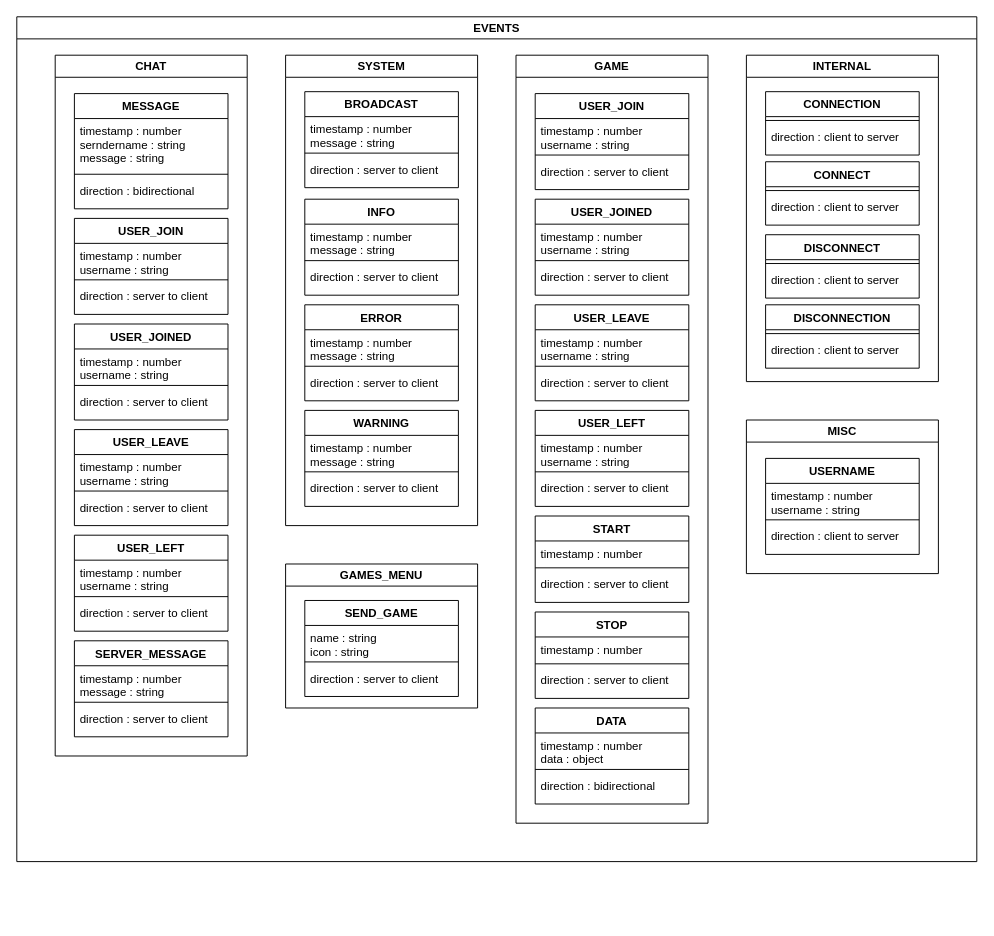
The draw.io diagram useful_docs/events.drawio in T0ine34/ortelo, before the edit. Source tidied: cells renumbered, new cells numbered last; positions are measured from the earlier drawing's top-left corner, leaving out a move shared by most shapes. Both pictures are drawn from the tidied source at 96%, with x=0, y=0 at pixel (16, 16).
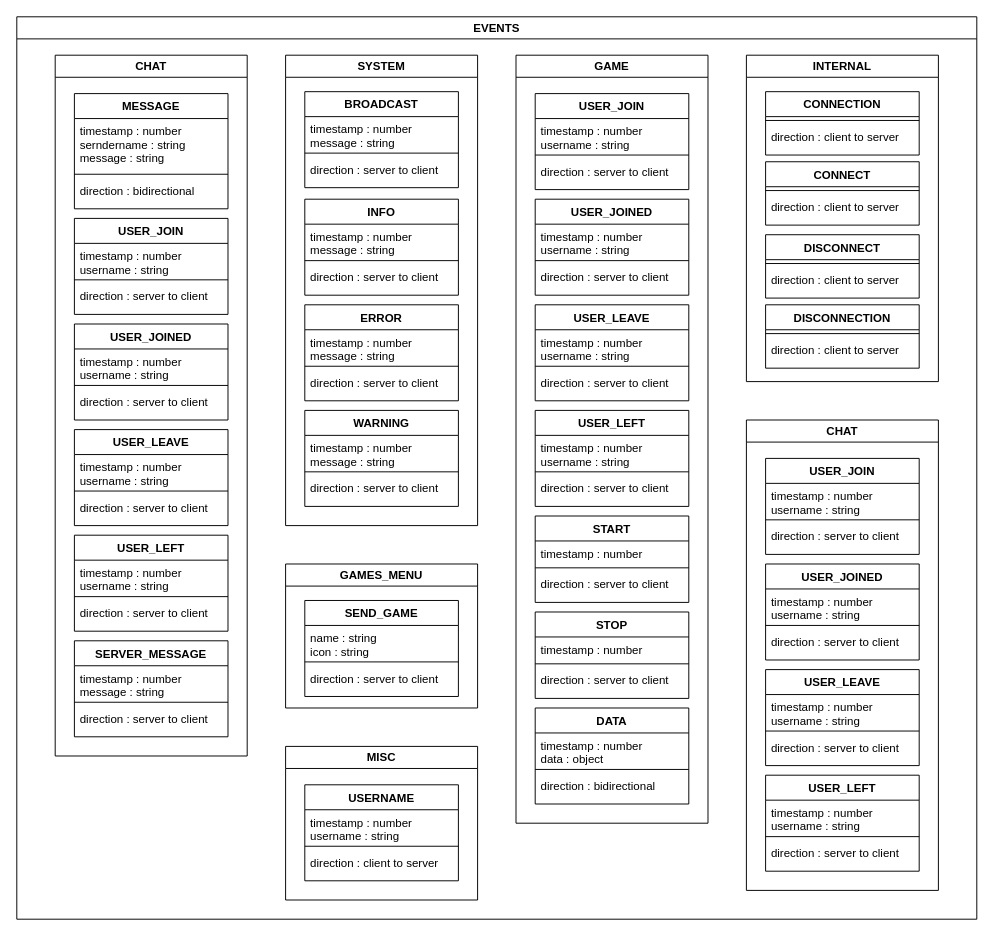
The same diagram, later.

Commit message (it also covers changes not shown here):
adding ROOM events

What changed in the source:
```diff
@@
     <mxCell id="2" value="EVENTS" style="swimlane;whiteSpace=wrap;html=1;" parent="1" vertex="1">
-      <mxGeometry width="1000" height="880" as="geometry" />
+      <mxGeometry width="1000" height="940" as="geometry" />
     </mxCell>
@@
     <mxCell id="79" value="MISC" style="swimlane;whiteSpace=wrap;html=1;align=center;" parent="2" vertex="1">
-      <mxGeometry x="760" y="420" width="200" height="160" as="geometry" />
+      <mxGeometry x="280" y="760" width="200" height="160" as="geometry" />
     </mxCell>
@@
+    <mxCell id="97" value="CHAT" style="swimlane;whiteSpace=wrap;html=1;" parent="2" vertex="1">
+      <mxGeometry x="760" y="420" width="200" height="490" as="geometry" />
+    </mxCell>
+    <mxCell id="98" value="USER_JOIN" style="swimlane;fontStyle=1;align=center;verticalAlign=top;horizontal=1;startSize=26;" parent="97" vertex="1">
+      <mxGeometry x="20" y="40" width="160" height="100" as="geometry" />
+    </mxCell>
+    <mxCell id="99" value="timestamp : number&#10;username : string" style="text;strokeColor=none;fillColor=none;align=left;verticalAlign=top;spacingLeft=4;spacingRight=4;overflow=hidden;" parent="98" vertex="1">
+      <mxGeometry y="26" width="160" height="34" as="geometry" />
+    </mxCell>
+    <mxCell id="100" style="line;strokeWidth=1;fillColor=none;align=left;verticalAlign=middle;spacingTop=-1;spacingLeft=3;spacingRight=3;labelPosition=right;strokeColor=inherit;" parent="98" vertex="1">
+      <mxGeometry y="60" width="160" height="8" as="geometry" />
+    </mxCell>
+    <mxCell id="101" value="direction : server to client&#10;" style="text;strokeColor=none;fillColor=none;align=left;verticalAlign=top;spacingLeft=4;spacingRight=4;overflow=hidden;" parent="98" vertex="1">
+      <mxGeometry y="68" width="160" height="32" as="geometry" />
+    </mxCell>
+    <mxCell id="102" value="USER_JOINED" style="swimlane;fontStyle=1;align=center;verticalAlign=top;horizontal=1;startSize=26;" parent="97" vertex="1">
+      <mxGeometry x="20" y="150" width="160" height="100" as="geometry" />
+    </mxCell>
+    <mxCell id="103" value="timestamp : number&#10;username : string" style="text;strokeColor=none;fillColor=none;align=left;verticalAlign=top;spacingLeft=4;spacingRight=4;overflow=hidden;" parent="102" vertex="1">
+      <mxGeometry y="26" width="160" height="34" as="geometry" />
+    </mxCell>
+    <mxCell id="104" style="line;strokeWidth=1;fillColor=none;align=left;verticalAlign=middle;spacingTop=-1;spacingLeft=3;spacingRight=3;labelPosition=right;strokeColor=inherit;" parent="102" vertex="1">
+      <mxGeometry y="60" width="160" height="8" as="geometry" />
+    </mxCell>
+    <mxCell id="105" value="direction : server to client&#10;" style="text;strokeColor=none;fillColor=none;align=left;verticalAlign=top;spacingLeft=4;spacingRight=4;overflow=hidden;" parent="102" vertex="1">
+      <mxGeometry y="68" width="160" height="32" as="geometry" />
+    </mxCell>
+    <mxCell id="106" value="USER_LEAVE" style="swimlane;fontStyle=1;align=center;verticalAlign=top;horizontal=1;startSize=26;" parent="97" vertex="1">
+      <mxGeometry x="20" y="260" width="160" height="100" as="geometry" />
+    </mxCell>
+    <mxCell id="107" value="timestamp : number&#10;username : string" style="text;strokeColor=none;fillColor=none;align=left;verticalAlign=top;spacingLeft=4;spacingRight=4;overflow=hidden;" parent="106" vertex="1">
+      <mxGeometry y="26" width="160" height="34" as="geometry" />
+    </mxCell>
+    <mxCell id="108" style="line;strokeWidth=1;fillColor=none;align=left;verticalAlign=middle;spacingTop=-1;spacingLeft=3;spacingRight=3;labelPosition=right;strokeColor=inherit;" parent="106" vertex="1">
+      <mxGeometry y="60" width="160" height="8" as="geometry" />
+    </mxCell>
+    <mxCell id="109" value="direction : server to client&#10;" style="text;strokeColor=none;fillColor=none;align=left;verticalAlign=top;spacingLeft=4;spacingRight=4;overflow=hidden;" parent="106" vertex="1">
+      <mxGeometry y="68" width="160" height="32" as="geometry" />
+    </mxCell>
+    <mxCell id="110" value="USER_LEFT" style="swimlane;fontStyle=1;align=center;verticalAlign=top;horizontal=1;startSize=26;" parent="97" vertex="1">
+      <mxGeometry x="20" y="370" width="160" height="100" as="geometry" />
+    </mxCell>
+    <mxCell id="111" value="timestamp : number&#10;username : string" style="text;strokeColor=none;fillColor=none;align=left;verticalAlign=top;spacingLeft=4;spacingRight=4;overflow=hidden;" parent="110" vertex="1">
+      <mxGeometry y="26" width="160" height="34" as="geometry" />
+    </mxCell>
+    <mxCell id="112" style="line;strokeWidth=1;fillColor=none;align=left;verticalAlign=middle;spacingTop=-1;spacingLeft=3;spacingRight=3;labelPosition=right;strokeColor=inherit;" parent="110" vertex="1">
+      <mxGeometry y="60" width="160" height="8" as="geometry" />
+    </mxCell>
+    <mxCell id="113" value="direction : server to client&#10;" style="text;strokeColor=none;fillColor=none;align=left;verticalAlign=top;spacingLeft=4;spacingRight=4;overflow=hidden;" parent="110" vertex="1">
+      <mxGeometry y="68" width="160" height="32" as="geometry" />
+    </mxCell>
```
